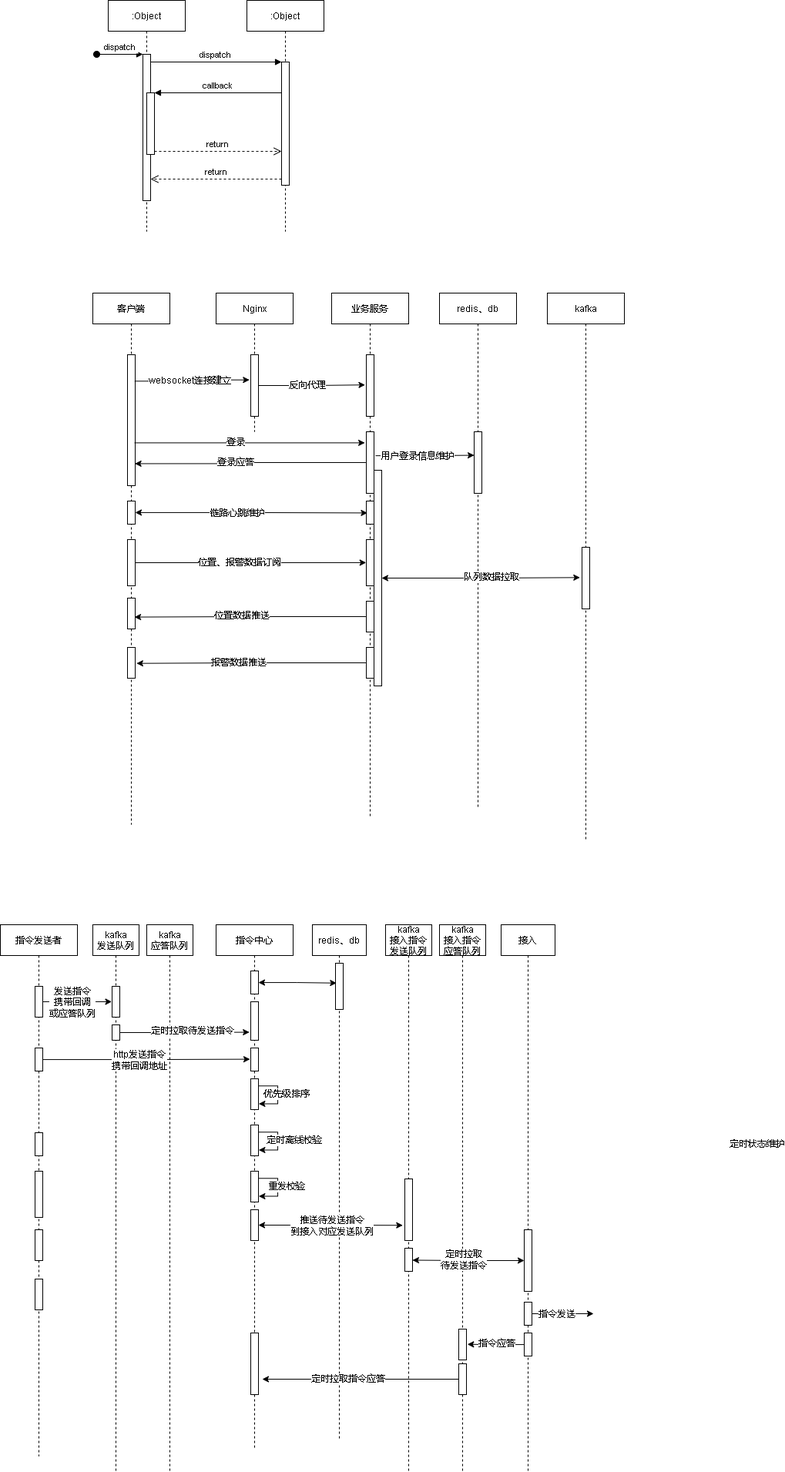
This is cgopro关键业务.drawio.png from xktder/draw, a draw.io export, as it was before one commit. Source tidied: cells renumbered, new cells last; positions are measured from the earlier drawing's top-left corner, leaving out a move shared by most shapes.
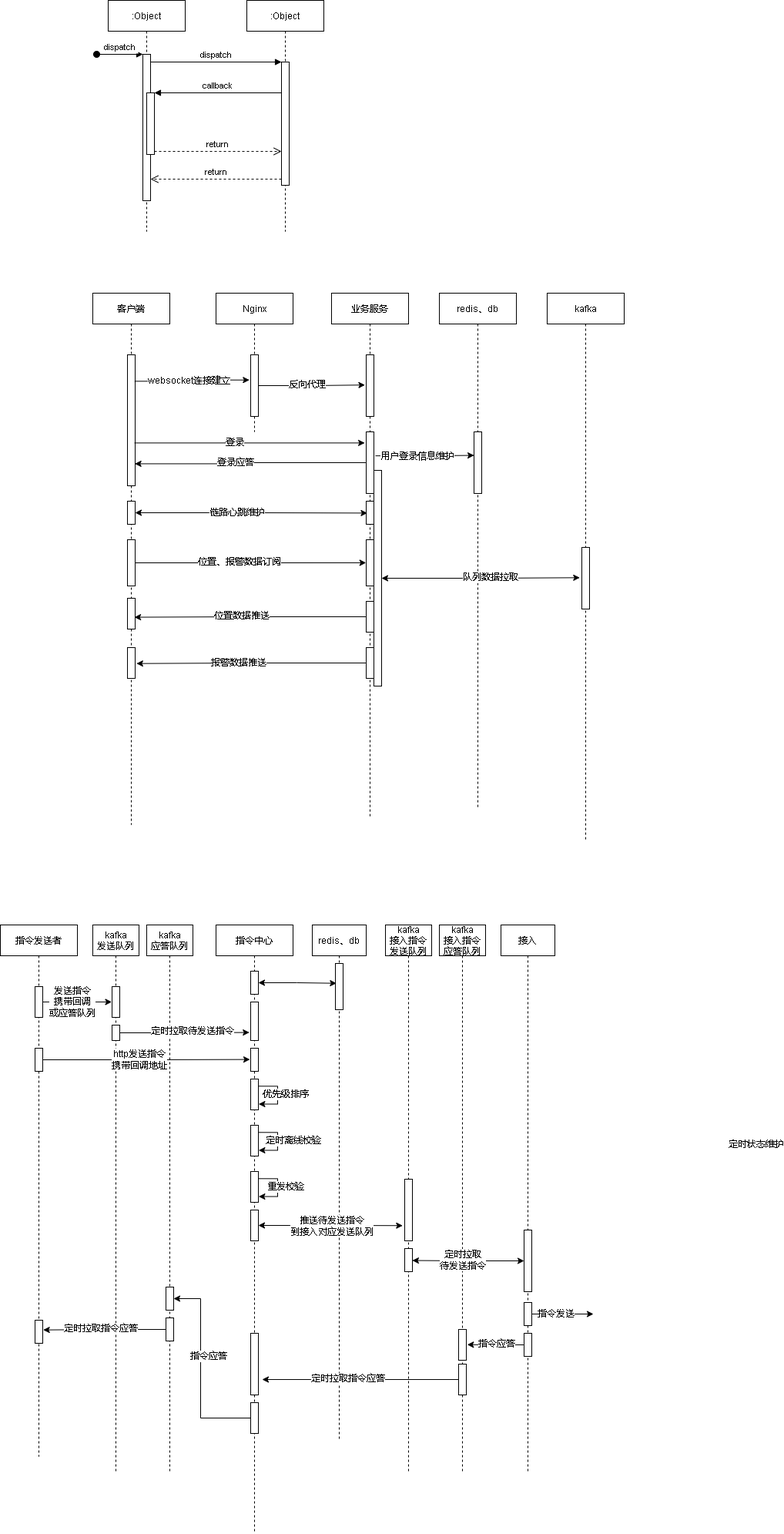
After the change.

Commit message:
更新cgopro关键业务.drawio.png

Change to the diagram source:
```diff
@@ -163,22 +163,13 @@
       <mxGeometry x="45" y="80" width="10" height="40" as="geometry" />
     </mxCell>
     <mxCell id="54" style="points=[];perimeter=orthogonalPerimeter;rounded=0;shadow=0;strokeWidth=1;" parent="52" vertex="1">
-      <mxGeometry x="45" y="270" width="10" height="30" as="geometry" />
+      <mxGeometry x="45" y="513" width="10" height="30" as="geometry" />
     </mxCell>
-    <mxCell id="55" style="perimeter=orthogonalPerimeter;rounded=0;shadow=0;strokeWidth=1;" parent="52" vertex="1">
-      <mxGeometry x="45" y="320" width="10" height="60" as="geometry" />
-    </mxCell>
-    <mxCell id="56" style="perimeter=orthogonalPerimeter;rounded=0;shadow=0;strokeWidth=1;" parent="52" vertex="1">
-      <mxGeometry x="45" y="396" width="10" height="40" as="geometry" />
-    </mxCell>
-    <mxCell id="57" style="perimeter=orthogonalPerimeter;rounded=0;shadow=0;strokeWidth=1;" parent="52" vertex="1">
-      <mxGeometry x="45" y="460" width="10" height="40" as="geometry" />
-    </mxCell>
     <mxCell id="58" style="points=[];perimeter=orthogonalPerimeter;rounded=0;shadow=0;strokeWidth=1;" parent="52" vertex="1">
       <mxGeometry x="45" y="160" width="10" height="30" as="geometry" />
     </mxCell>
     <mxCell id="59" value="指令中心" style="shape=umlLifeline;perimeter=lifelinePerimeter;rounded=0;shadow=0;strokeWidth=1;" parent="1" vertex="1">
-      <mxGeometry x="280" y="1200" width="100" height="680" as="geometry" />
+      <mxGeometry x="280" y="1200" width="100" height="790" as="geometry" />
     </mxCell>
     <mxCell id="60" style="points=[];perimeter=orthogonalPerimeter;rounded=0;shadow=0;strokeWidth=1;" parent="59" vertex="1">
       <mxGeometry x="45" y="100" width="10" height="50" as="geometry" />
@@ -243,6 +234,9 @@
     <mxCell id="73" style="points=[];perimeter=orthogonalPerimeter;rounded=0;shadow=0;strokeWidth=1;" parent="59" vertex="1">
       <mxGeometry x="45" y="530" width="10" height="80" as="geometry" />
     </mxCell>
+    <mxCell id="108" style="points=[];perimeter=orthogonalPerimeter;rounded=0;shadow=0;strokeWidth=1;" parent="59" vertex="1">
+      <mxGeometry x="45" y="620" width="10" height="40" as="geometry" />
+    </mxCell>
     <mxCell id="74" value="redis、db" style="shape=umlLifeline;perimeter=lifelinePerimeter;rounded=0;shadow=0;strokeWidth=1;" parent="1" vertex="1">
       <mxGeometry x="405" y="1200" width="70" height="670" as="geometry" />
     </mxCell>
@@ -282,6 +276,12 @@
     <mxCell id="86" value="kafka&#10;应答队列" style="shape=umlLifeline;perimeter=lifelinePerimeter;rounded=0;shadow=0;strokeWidth=1;" parent="1" vertex="1">
       <mxGeometry x="190" y="1200" width="60" height="710" as="geometry" />
     </mxCell>
+    <mxCell id="109" style="points=[];perimeter=orthogonalPerimeter;rounded=0;shadow=0;strokeWidth=1;" parent="86" vertex="1">
+      <mxGeometry x="25" y="470" width="10" height="30" as="geometry" />
+    </mxCell>
+    <mxCell id="110" style="points=[];perimeter=orthogonalPerimeter;rounded=0;shadow=0;strokeWidth=1;" parent="86" vertex="1">
+      <mxGeometry x="25" y="510" width="10" height="30" as="geometry" />
+    </mxCell>
     <mxCell id="87" style="edgeStyle=orthogonalEdgeStyle;rounded=0;jettySize=auto;html=1;entryX=-0.043;entryY=0.499;entryDx=0;entryDy=0;entryPerimeter=0;startArrow=none;startFill=0;" parent="1" edge="1" source="53" target="84">
       <mxGeometry relative="1" as="geometry" />
     </mxCell>
@@ -357,5 +357,26 @@
     <mxCell id="107" value="定时拉取指令应答" style="edgeLabel;html=1;align=center;verticalAlign=middle;" parent="106" vertex="1">
       <mxGeometry x="0.13" y="-1" relative="1" as="geometry" />
     </mxCell>
+    <mxCell id="111" style="edgeStyle=orthogonalEdgeStyle;rounded=0;jettySize=auto;html=1;startArrow=none;startFill=0;" parent="1" edge="1" source="108" target="109">
+      <mxGeometry relative="1" as="geometry">
+        <Array as="points">
+          <mxPoint x="260" y="1840" />
+          <mxPoint x="260" y="1685" />
+        </Array>
+      </mxGeometry>
+    </mxCell>
+    <mxCell id="112" value="指令应答" style="edgeLabel;html=1;align=center;verticalAlign=middle;" parent="111" vertex="1">
+      <mxGeometry x="0.4" y="-2" relative="1" as="geometry">
+        <mxPoint x="8" y="33" as="offset" />
+      </mxGeometry>
+    </mxCell>
+    <mxCell id="113" style="edgeStyle=orthogonalEdgeStyle;rounded=0;jettySize=auto;html=1;entryX=1.067;entryY=0.422;entryDx=0;entryDy=0;entryPerimeter=0;startArrow=none;startFill=0;" parent="1" edge="1" source="110" target="54">
+      <mxGeometry relative="1" as="geometry" />
+    </mxCell>
+    <mxCell id="114" value="定时拉取指令应答" style="edgeLabel;html=1;align=center;verticalAlign=middle;" parent="113" vertex="1">
+      <mxGeometry x="0.15" y="-2" relative="1" as="geometry">
+        <mxPoint x="6" as="offset" />
+      </mxGeometry>
+    </mxCell>
   </root>
 </mxGraphModel>
```
